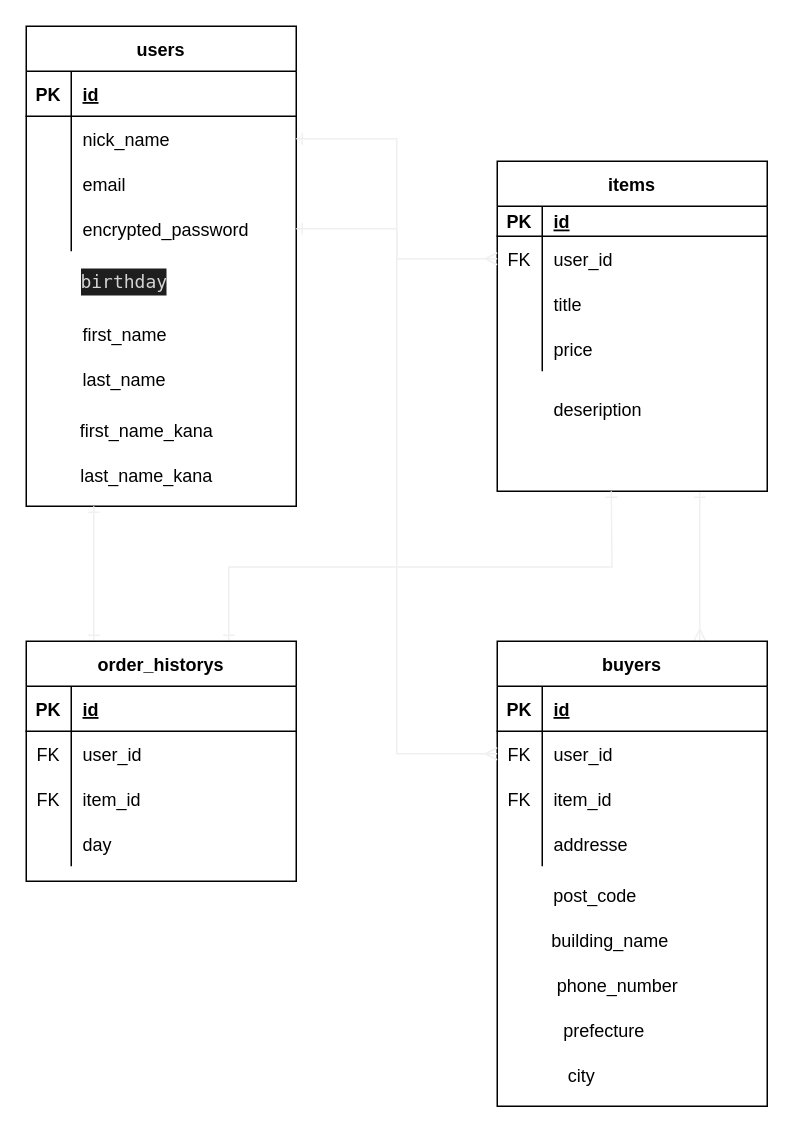
Before: test.dio in aizawa1018/furima-35402, a draw.io diagram. Source tidied: cells renumbered, new cells numbered last; positions are measured from the earlier drawing's top-left corner, leaving out a move shared by most shapes. Both pictures are drawn from the tidied source at 150%, with x=0, y=0 at pixel (26, 26).
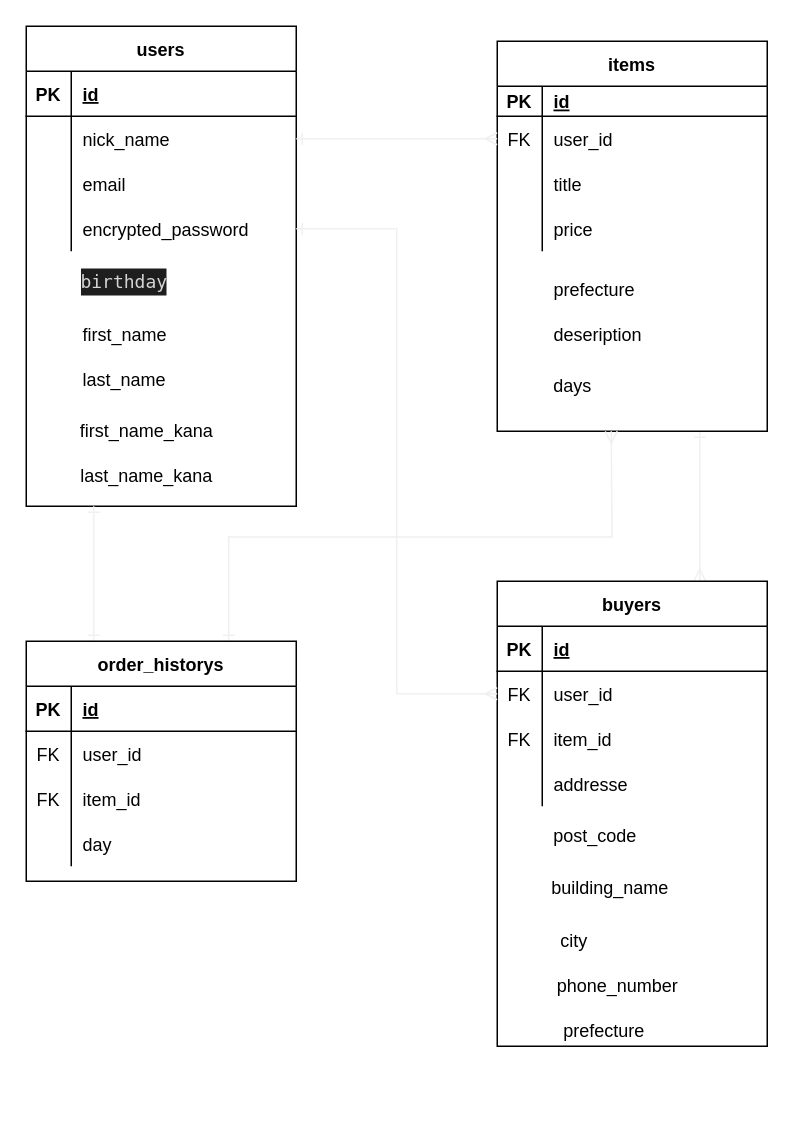
After the change.

Unchanged cells that the change refers to:
```xml
<mxCell id="35" value="order_historys" style="shape=table;startSize=30;childLayout=tableLayout;rowLines=0;fontStyle=1;align=center;" parent="1" vertex="1">
  <mxGeometry y="410" width="180" height="160" as="geometry" />
</mxCell>
```

What changed in the source:
```diff
@@
     <mxCell id="18" value="items" style="shape=table;startSize=30;childLayout=tableLayout;rowLines=0;fontStyle=1;align=center;" parent="1" vertex="1">
-      <mxGeometry x="314" y="90" width="180" height="220" as="geometry" />
+      <mxGeometry x="314" y="10" width="180" height="260" as="geometry" />
     </mxCell>
@@
     <mxCell id="31" value="deseription" style="shape=partialRectangle;fillColor=none;top=0;left=0;bottom=0;right=0;align=left;spacingLeft=6;overflow=hidden;" parent="1" vertex="1">
-      <mxGeometry x="344" y="240" width="150" height="30" as="geometry" />
+      <mxGeometry x="344" y="190" width="150" height="30" as="geometry" />
     </mxCell>
-    <mxCell id="32" style="shape=partialRectangle;fillColor=none;top=0;left=0;bottom=0;right=0;align=left;spacingLeft=6;overflow=hidden;" parent="1" vertex="1">
-      <mxGeometry x="350" y="270" width="150" height="30" as="geometry" />
+    <mxCell id="32" value="prefecture" style="shape=partialRectangle;fillColor=none;top=0;left=0;bottom=0;right=0;align=left;spacingLeft=6;overflow=hidden;" parent="1" vertex="1">
+      <mxGeometry x="344" y="160" width="150" height="30" as="geometry" />
     </mxCell>
@@
-    <mxCell id="34" style="edgeStyle=orthogonalEdgeStyle;rounded=0;jettySize=auto;html=1;exitX=0.75;exitY=0;exitDx=0;exitDy=0;startArrow=ERone;startFill=0;endArrow=ERone;endFill=0;strokeColor=#f0f0f0;" parent="1" edge="1" source="35">
+    <mxCell id="34" style="edgeStyle=orthogonalEdgeStyle;rounded=0;jettySize=auto;html=1;exitX=0.75;exitY=0;exitDx=0;exitDy=0;startArrow=ERone;startFill=0;endArrow=ERmany;endFill=0;strokeColor=#f0f0f0;" parent="1" edge="1" source="35">
       <mxGeometry relative="1" as="geometry">
-        <mxPoint x="390" y="310" as="targetPoint" />
+        <mxPoint x="390" y="270" as="targetPoint" />
       </mxGeometry>
     </mxCell>
@@
     <mxCell id="48" value="buyers" style="shape=table;startSize=30;childLayout=tableLayout;rowLines=0;fontStyle=1;align=center;" parent="1" vertex="1">
-      <mxGeometry x="314" y="410" width="180" height="310" as="geometry" />
+      <mxGeometry x="314" y="370" width="180" height="310" as="geometry" />
     </mxCell>
@@
     <mxCell id="61" value="post_code" style="text;html=1;align=center;verticalAlign=middle;" parent="1" vertex="1">
-      <mxGeometry x="344" y="570" width="70" height="20" as="geometry" />
+      <mxGeometry x="344" y="530" width="70" height="20" as="geometry" />
     </mxCell>
     <mxCell id="62" value="building_name" style="text;html=1;align=center;verticalAlign=middle;" parent="1" vertex="1">
-      <mxGeometry x="344" y="600" width="90" height="20" as="geometry" />
+      <mxGeometry x="344" y="565" width="90" height="20" as="geometry" />
     </mxCell>
@@
     <mxCell id="65" value="city" style="text;html=1;align=center;verticalAlign=middle;" parent="1" vertex="1">
-      <mxGeometry x="355" y="690" width="30" height="20" as="geometry" />
+      <mxGeometry x="350" y="600" width="30" height="20" as="geometry" />
     </mxCell>
@@
+    <mxCell id="71" value="days" style="text;html=1;align=center;verticalAlign=middle;" parent="1" vertex="1">
+      <mxGeometry x="344" y="230" width="40" height="20" as="geometry" />
+    </mxCell>
```
